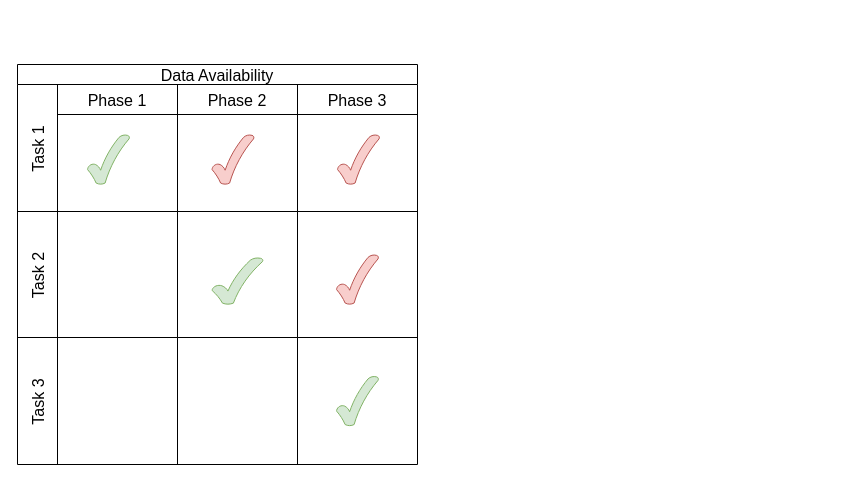
This is continual learning.drawio from babangain/drawio, a draw.io file, before an edit. Source tidied: cells renumbered, new cells numbered last; positions are measured from the earlier drawing's top-left corner, leaving out a move shared by most shapes. Both pictures are drawn from the tidied source at 100%, with x=0, y=0 at pixel (17, 64).
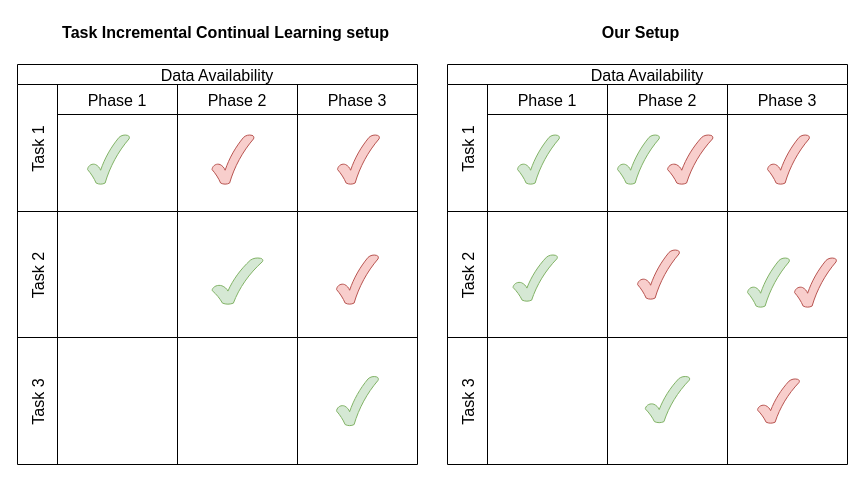
Above is the later version.

What changed in the source:
```diff
@@
+    <mxCell id="21" value="Data Availability" style="shape=table;childLayout=tableLayout;startSize=20;fontSize=16;" parent="1" vertex="1">
+      <mxGeometry x="430" width="400" height="400" as="geometry" />
+    </mxCell>
+    <mxCell id="22" value="Task 1" style="shape=tableRow;horizontal=0;swimlaneHead=0;swimlaneBody=0;top=0;left=0;strokeColor=inherit;bottom=0;right=0;fontStyle=0;fillColor=none;startSize=40;fontSize=16;" parent="21" vertex="1">
+      <mxGeometry y="20" width="400" height="127" as="geometry" />
+    </mxCell>
+    <mxCell id="23" value="Phase 1" style="swimlane;swimlaneHead=0;swimlaneBody=0;fontStyle=0;strokeColor=inherit;fillColor=none;startSize=30;fontSize=16;" parent="22" vertex="1">
+      <mxGeometry x="40" width="120" height="127" as="geometry" />
+    </mxCell>
+    <mxCell id="24" style="verticalLabelPosition=bottom;verticalAlign=top;html=1;shape=mxgraph.basic.tick;fillColor=#d5e8d4;strokeColor=#82b366;" parent="23" vertex="1">
+      <mxGeometry x="30" y="50" width="42" height="50" as="geometry" />
+    </mxCell>
+    <mxCell id="25" value="Phase 2" style="swimlane;swimlaneHead=0;swimlaneBody=0;fontStyle=0;strokeColor=inherit;fillColor=none;startSize=30;fontSize=16;" parent="22" vertex="1">
+      <mxGeometry x="160" width="120" height="127" as="geometry" />
+    </mxCell>
+    <mxCell id="26" style="verticalLabelPosition=bottom;verticalAlign=top;html=1;shape=mxgraph.basic.tick;fillColor=#f8cecc;strokeColor=#b85450;" parent="25" vertex="1">
+      <mxGeometry x="60" y="50" width="45.5" height="50" as="geometry" />
+    </mxCell>
+    <mxCell id="27" style="verticalLabelPosition=bottom;verticalAlign=top;html=1;shape=mxgraph.basic.tick;fillColor=#d5e8d4;strokeColor=#82b366;" parent="25" vertex="1">
+      <mxGeometry x="10" y="50" width="42" height="50" as="geometry" />
+    </mxCell>
+    <mxCell id="28" value="Phase 3" style="swimlane;swimlaneHead=0;swimlaneBody=0;fontStyle=0;strokeColor=inherit;fillColor=none;startSize=30;fontSize=16;" parent="22" vertex="1">
+      <mxGeometry x="280" width="120" height="127" as="geometry" />
+    </mxCell>
+    <mxCell id="29" style="verticalLabelPosition=bottom;verticalAlign=top;html=1;shape=mxgraph.basic.tick;fillColor=#f8cecc;strokeColor=#b85450;" parent="28" vertex="1">
+      <mxGeometry x="40" y="50" width="42" height="50" as="geometry" />
+    </mxCell>
+    <mxCell id="30" value="Task 2" style="shape=tableRow;horizontal=0;swimlaneHead=0;swimlaneBody=0;top=0;left=0;strokeColor=inherit;bottom=0;right=0;fontStyle=0;fillColor=none;startSize=40;fontSize=16;" parent="21" vertex="1">
+      <mxGeometry y="147" width="400" height="126" as="geometry" />
+    </mxCell>
+    <mxCell id="31" style="swimlane;swimlaneHead=0;swimlaneBody=0;fontStyle=0;strokeColor=inherit;fillColor=none;startSize=0;fontSize=16;" parent="30" vertex="1">
+      <mxGeometry x="40" width="120" height="126" as="geometry" />
+    </mxCell>
+    <mxCell id="32" style="verticalLabelPosition=bottom;verticalAlign=top;html=1;shape=mxgraph.basic.tick;fillColor=#d5e8d4;strokeColor=#82b366;" parent="31" vertex="1">
+      <mxGeometry x="25.5" y="43" width="44.5" height="47" as="geometry" />
+    </mxCell>
+    <mxCell id="33" style="swimlane;swimlaneHead=0;swimlaneBody=0;fontStyle=0;strokeColor=inherit;fillColor=none;startSize=0;fontSize=16;" parent="30" vertex="1">
+      <mxGeometry x="160" width="120" height="126" as="geometry" />
+    </mxCell>
+    <mxCell id="34" style="verticalLabelPosition=bottom;verticalAlign=top;html=1;shape=mxgraph.basic.tick;fillColor=#f8cecc;strokeColor=#b85450;" parent="33" vertex="1">
+      <mxGeometry x="30" y="38" width="42" height="50" as="geometry" />
+    </mxCell>
+    <mxCell id="35" style="swimlane;swimlaneHead=0;swimlaneBody=0;fontStyle=0;strokeColor=inherit;fillColor=none;startSize=0;fontSize=16;" parent="30" vertex="1">
+      <mxGeometry x="280" width="120" height="126" as="geometry" />
+    </mxCell>
+    <mxCell id="36" style="verticalLabelPosition=bottom;verticalAlign=top;html=1;shape=mxgraph.basic.tick;fillColor=#f8cecc;strokeColor=#b85450;" parent="35" vertex="1">
+      <mxGeometry x="67" y="46" width="42" height="50" as="geometry" />
+    </mxCell>
+    <mxCell id="37" style="verticalLabelPosition=bottom;verticalAlign=top;html=1;shape=mxgraph.basic.tick;fillColor=#d5e8d4;strokeColor=#82b366;" parent="35" vertex="1">
+      <mxGeometry x="20" y="46" width="42" height="50" as="geometry" />
+    </mxCell>
+    <mxCell id="38" value="Task 3" style="shape=tableRow;horizontal=0;swimlaneHead=0;swimlaneBody=0;top=0;left=0;strokeColor=inherit;bottom=0;right=0;fontStyle=0;fillColor=none;startSize=40;fontSize=16;" parent="21" vertex="1">
+      <mxGeometry y="273" width="400" height="127" as="geometry" />
+    </mxCell>
+    <mxCell id="39" style="swimlane;swimlaneHead=0;swimlaneBody=0;fontStyle=0;strokeColor=inherit;fillColor=none;startSize=0;fontSize=16;" parent="38" vertex="1">
+      <mxGeometry x="40" width="120" height="127" as="geometry" />
+    </mxCell>
+    <mxCell id="40" style="swimlane;swimlaneHead=0;swimlaneBody=0;fontStyle=0;strokeColor=inherit;fillColor=none;startSize=0;fontSize=16;" parent="38" vertex="1">
+      <mxGeometry x="160" width="120" height="127" as="geometry" />
+    </mxCell>
+    <mxCell id="41" style="verticalLabelPosition=bottom;verticalAlign=top;html=1;shape=mxgraph.basic.tick;fillColor=#d5e8d4;strokeColor=#82b366;" parent="40" vertex="1">
+      <mxGeometry x="37.8" y="38.5" width="44.5" height="47" as="geometry" />
+    </mxCell>
+    <mxCell id="42" style="swimlane;swimlaneHead=0;swimlaneBody=0;fontStyle=0;strokeColor=inherit;fillColor=none;startSize=0;fontSize=16;" parent="38" vertex="1">
+      <mxGeometry x="280" width="120" height="127" as="geometry" />
+    </mxCell>
+    <mxCell id="43" style="verticalLabelPosition=bottom;verticalAlign=top;html=1;shape=mxgraph.basic.tick;fillColor=#f8cecc;strokeColor=#b85450;" parent="42" vertex="1">
+      <mxGeometry x="30" y="41" width="42" height="45" as="geometry" />
+    </mxCell>
+    <mxCell id="44" value="&lt;b&gt;&lt;font style=&quot;font-size: 16px;&quot;&gt;Task Incremental Continual Learning setup&lt;/font&gt;&lt;/b&gt;" style="text;html=1;align=center;verticalAlign=middle;strokeColor=none;fillColor=none;" parent="1" vertex="1">
+      <mxGeometry x="33" y="-47" width="350" height="30" as="geometry" />
+    </mxCell>
+    <mxCell id="45" value="&lt;b&gt;&lt;font style=&quot;font-size: 16px;&quot;&gt;Our Setup&lt;/font&gt;&lt;/b&gt;" style="text;html=1;align=center;verticalAlign=middle;strokeColor=none;fillColor=none;" parent="1" vertex="1">
+      <mxGeometry x="573" y="-47" width="100" height="30" as="geometry" />
+    </mxCell>
```
